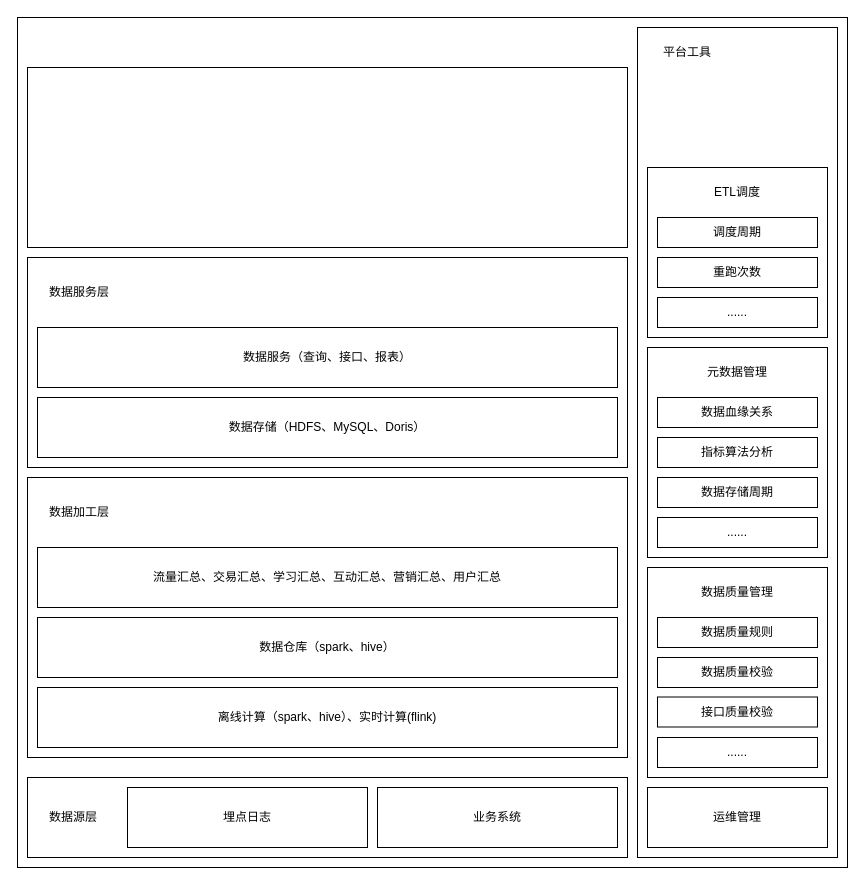
Before: 数仓功能架构.drawio in Jacoulin/draw, a draw.io diagram. Source tidied: cells renumbered, new cells numbered last; positions are measured from the earlier drawing's top-left corner, leaving out a move shared by most shapes. Both pictures are drawn from the tidied source at 100%, with x=0, y=0 at pixel (17, 17).
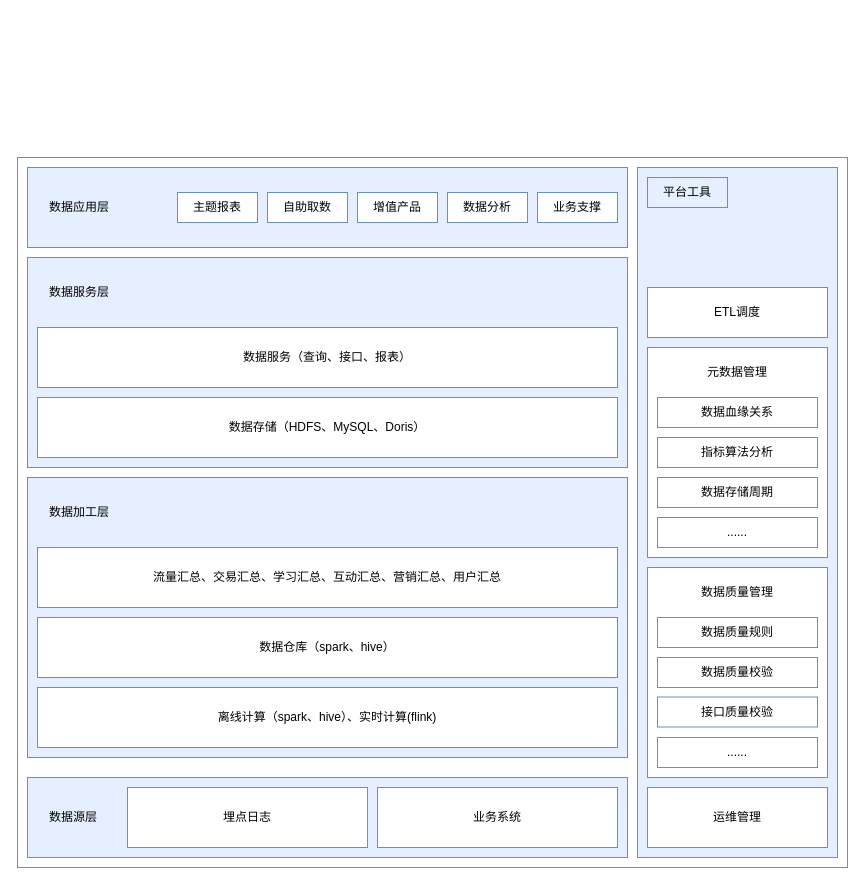
After the change.

Commit message (it also covers changes not shown here):
更新数仓功能架构.drawio

Diff of the diagram source:
```diff
@@
-    <mxCell id="2" style="rounded=0;whiteSpace=wrap;html=1;" parent="1" vertex="1">
-      <mxGeometry width="830" height="850" as="geometry" />
+    <mxCell id="2" style="rounded=0;whiteSpace=wrap;html=1;strokeColor=#6C8EBF;" parent="1" vertex="1">
+      <mxGeometry y="140" width="830" height="710" as="geometry" />
     </mxCell>
-    <mxCell id="3" style="rounded=0;whiteSpace=wrap;html=1;" parent="1" vertex="1">
+    <mxCell id="3" style="rounded=0;whiteSpace=wrap;html=1;fillColor=#E6EFFF;strokeColor=#6C8EBF;" parent="1" vertex="1">
       <mxGeometry x="10" y="460" width="600" height="280" as="geometry" />
     </mxCell>
@@
-    <mxCell id="5" value="离线计算（spark、hive）、实时计算(flink)" style="rounded=0;whiteSpace=wrap;html=1;" parent="1" vertex="1">
+    <mxCell id="5" value="离线计算（spark、hive）、实时计算(flink)" style="rounded=0;whiteSpace=wrap;html=1;strokeColor=#6C8EBF;" parent="1" vertex="1">
       <mxGeometry x="20" y="670" width="580" height="60" as="geometry" />
     </mxCell>
-    <mxCell id="6" value="数据仓库（spark、hive）" style="rounded=0;whiteSpace=wrap;html=1;" parent="1" vertex="1">
+    <mxCell id="6" value="数据仓库（spark、hive）" style="rounded=0;whiteSpace=wrap;html=1;strokeColor=#6C8EBF;" parent="1" vertex="1">
       <mxGeometry x="20" y="600" width="580" height="60" as="geometry" />
     </mxCell>
-    <mxCell id="7" value="流量汇总、交易汇总、学习汇总、互动汇总、营销汇总、用户汇总" style="rounded=0;whiteSpace=wrap;html=1;" parent="1" vertex="1">
+    <mxCell id="7" value="流量汇总、交易汇总、学习汇总、互动汇总、营销汇总、用户汇总" style="rounded=0;whiteSpace=wrap;html=1;strokeColor=#6C8EBF;" parent="1" vertex="1">
       <mxGeometry x="20" y="530" width="580" height="60" as="geometry" />
     </mxCell>
-    <mxCell id="8" style="rounded=0;whiteSpace=wrap;html=1;" parent="1" vertex="1">
+    <mxCell id="8" style="rounded=0;whiteSpace=wrap;html=1;fillColor=#E6EFFF;strokeColor=#6C8EBF;" parent="1" vertex="1">
       <mxGeometry x="10" y="760" width="600" height="80" as="geometry" />
     </mxCell>
-    <mxCell id="9" value="埋点日志" style="rounded=0;whiteSpace=wrap;html=1;" parent="1" vertex="1">
+    <mxCell id="9" value="埋点日志" style="rounded=0;whiteSpace=wrap;html=1;strokeColor=#6C8EBF;" parent="1" vertex="1">
       <mxGeometry x="110" y="770" width="240" height="60" as="geometry" />
     </mxCell>
-    <mxCell id="10" value="业务系统" style="rounded=0;whiteSpace=wrap;html=1;" parent="1" vertex="1">
+    <mxCell id="10" value="业务系统" style="rounded=0;whiteSpace=wrap;html=1;strokeColor=#6C8EBF;" parent="1" vertex="1">
       <mxGeometry x="360" y="770" width="240" height="60" as="geometry" />
     </mxCell>
-    <mxCell id="11" style="rounded=0;whiteSpace=wrap;html=1;" parent="1" vertex="1">
+    <mxCell id="11" style="rounded=0;whiteSpace=wrap;html=1;fillColor=#E6EFFF;strokeColor=#6C8EBF;" parent="1" vertex="1">
       <mxGeometry x="10" y="240" width="600" height="210" as="geometry" />
     </mxCell>
@@
-    <mxCell id="13" value="数据存储（HDFS、MySQL、Doris）" style="rounded=0;whiteSpace=wrap;html=1;" parent="1" vertex="1">
+    <mxCell id="13" value="数据存储（HDFS、MySQL、Doris）" style="rounded=0;whiteSpace=wrap;html=1;strokeColor=#6C8EBF;" parent="1" vertex="1">
       <mxGeometry x="20" y="380" width="580" height="60" as="geometry" />
     </mxCell>
-    <mxCell id="14" style="rounded=0;whiteSpace=wrap;html=1;" parent="1" vertex="1">
-      <mxGeometry x="620" y="10" width="200" height="830" as="geometry" />
+    <mxCell id="14" style="rounded=0;whiteSpace=wrap;html=1;fillColor=#E6EFFF;strokeColor=#6C8EBF;" parent="1" vertex="1">
+      <mxGeometry x="620" y="150" width="200" height="690" as="geometry" />
     </mxCell>
-    <mxCell id="15" value="平台工具" style="text;html=1;strokeColor=none;fillColor=none;align=center;verticalAlign=middle;whiteSpace=wrap;rounded=0;" parent="1" vertex="1">
-      <mxGeometry x="630" y="20" width="80" height="30" as="geometry" />
+    <mxCell id="15" value="平台工具" style="text;html=1;strokeColor=#6C8EBF;fillColor=none;align=center;verticalAlign=middle;whiteSpace=wrap;rounded=0;" parent="1" vertex="1">
+      <mxGeometry x="630" y="160" width="80" height="30" as="geometry" />
     </mxCell>
-    <mxCell id="16" style="rounded=0;whiteSpace=wrap;html=1;" parent="1" vertex="1">
-      <mxGeometry x="630" y="150" width="180" height="170" as="geometry" />
+    <mxCell id="16" style="rounded=0;whiteSpace=wrap;html=1;strokeColor=#6C8EBF;" parent="1" vertex="1">
+      <mxGeometry x="630" y="270" width="180" height="50" as="geometry" />
     </mxCell>
-    <mxCell id="17" style="rounded=0;whiteSpace=wrap;html=1;" parent="1" vertex="1">
+    <mxCell id="17" style="rounded=0;whiteSpace=wrap;html=1;strokeColor=#6C8EBF;" parent="1" vertex="1">
       <mxGeometry x="630" y="550" width="180" height="210" as="geometry" />
     </mxCell>
-    <mxCell id="18" value="运维管理" style="rounded=0;whiteSpace=wrap;html=1;" parent="1" vertex="1">
+    <mxCell id="18" value="运维管理" style="rounded=0;whiteSpace=wrap;html=1;strokeColor=#6C8EBF;" parent="1" vertex="1">
       <mxGeometry x="630" y="770" width="180" height="60" as="geometry" />
     </mxCell>
-    <mxCell id="19" value="数据质量规则" style="rounded=0;whiteSpace=wrap;html=1;" parent="1" vertex="1">
+    <mxCell id="19" value="数据质量规则" style="rounded=0;whiteSpace=wrap;html=1;strokeColor=#6C8EBF;" parent="1" vertex="1">
       <mxGeometry x="640" y="600" width="160" height="30" as="geometry" />
     </mxCell>
-    <mxCell id="20" value="接口质量校验" style="rounded=0;whiteSpace=wrap;html=1;" parent="1" vertex="1">
+    <mxCell id="20" value="接口质量校验" style="rounded=0;whiteSpace=wrap;html=1;strokeColor=#6C8EBF;" parent="1" vertex="1">
       <mxGeometry x="640" y="679.5" width="160" height="30" as="geometry" />
     </mxCell>
-    <mxCell id="21" value="数据质量校验" style="rounded=0;whiteSpace=wrap;html=1;" parent="1" vertex="1">
+    <mxCell id="21" value="数据质量校验" style="rounded=0;whiteSpace=wrap;html=1;strokeColor=#6C8EBF;" parent="1" vertex="1">
       <mxGeometry x="640" y="640" width="160" height="30" as="geometry" />
     </mxCell>
-    <mxCell id="22" value="......" style="rounded=0;whiteSpace=wrap;html=1;" parent="1" vertex="1">
+    <mxCell id="22" value="......" style="rounded=0;whiteSpace=wrap;html=1;strokeColor=#6C8EBF;" parent="1" vertex="1">
       <mxGeometry x="640" y="720" width="160" height="30" as="geometry" />
     </mxCell>
-    <mxCell id="23" value="数据质量管理" style="text;html=1;strokeColor=none;fillColor=none;align=center;verticalAlign=middle;whiteSpace=wrap;rounded=0;" parent="1" vertex="1">
+    <mxCell id="23" value="数据质量管理" style="text;html=1;strokeColor=#FFFFFF;fillColor=none;align=center;verticalAlign=middle;whiteSpace=wrap;rounded=0;" parent="1" vertex="1">
       <mxGeometry x="640" y="560" width="160" height="30" as="geometry" />
     </mxCell>
-    <mxCell id="24" style="rounded=0;whiteSpace=wrap;html=1;" parent="1" vertex="1">
+    <mxCell id="24" style="rounded=0;whiteSpace=wrap;html=1;strokeColor=#6C8EBF;" parent="1" vertex="1">
       <mxGeometry x="630" y="330" width="180" height="210" as="geometry" />
     </mxCell>
-    <mxCell id="25" value="......" style="rounded=0;whiteSpace=wrap;html=1;" parent="1" vertex="1">
+    <mxCell id="25" value="......" style="rounded=0;whiteSpace=wrap;html=1;strokeColor=#6C8EBF;" parent="1" vertex="1">
       <mxGeometry x="640" y="500" width="160" height="30" as="geometry" />
     </mxCell>
-    <mxCell id="26" value="数据存储周期" style="rounded=0;whiteSpace=wrap;html=1;" parent="1" vertex="1">
+    <mxCell id="26" value="数据存储周期" style="rounded=0;whiteSpace=wrap;html=1;strokeColor=#6C8EBF;" parent="1" vertex="1">
       <mxGeometry x="640" y="460" width="160" height="30" as="geometry" />
     </mxCell>
-    <mxCell id="27" value="指标算法分析" style="rounded=0;whiteSpace=wrap;html=1;" parent="1" vertex="1">
+    <mxCell id="27" value="指标算法分析" style="rounded=0;whiteSpace=wrap;html=1;strokeColor=#6C8EBF;" parent="1" vertex="1">
       <mxGeometry x="640" y="420" width="160" height="30" as="geometry" />
     </mxCell>
-    <mxCell id="28" value="数据血缘关系" style="rounded=0;whiteSpace=wrap;html=1;" parent="1" vertex="1">
+    <mxCell id="28" value="数据血缘关系" style="rounded=0;whiteSpace=wrap;html=1;strokeColor=#6C8EBF;" parent="1" vertex="1">
       <mxGeometry x="640" y="380" width="160" height="30" as="geometry" />
     </mxCell>
-    <mxCell id="29" value="元数据管理" style="text;html=1;strokeColor=none;fillColor=none;align=center;verticalAlign=middle;whiteSpace=wrap;rounded=0;" parent="1" vertex="1">
+    <mxCell id="29" value="元数据管理" style="text;html=1;strokeColor=#FFFFFF;fillColor=none;align=center;verticalAlign=middle;whiteSpace=wrap;rounded=0;" parent="1" vertex="1">
       <mxGeometry x="640" y="340" width="160" height="30" as="geometry" />
     </mxCell>
-    <mxCell id="30" value="......" style="rounded=0;whiteSpace=wrap;html=1;" parent="1" vertex="1">
-      <mxGeometry x="640" y="280" width="160" height="30" as="geometry" />
-    </mxCell>
-    <mxCell id="31" value="重跑次数" style="rounded=0;whiteSpace=wrap;html=1;" parent="1" vertex="1">
-      <mxGeometry x="640" y="240" width="160" height="30" as="geometry" />
-    </mxCell>
-    <mxCell id="32" value="调度周期" style="rounded=0;whiteSpace=wrap;html=1;" parent="1" vertex="1">
-      <mxGeometry x="640" y="200" width="160" height="30" as="geometry" />
-    </mxCell>
-    <mxCell id="33" value="ETL调度" style="text;html=1;strokeColor=none;fillColor=none;align=center;verticalAlign=middle;whiteSpace=wrap;rounded=0;" parent="1" vertex="1">
-      <mxGeometry x="640" y="160" width="160" height="30" as="geometry" />
+    <mxCell id="33" value="ETL调度" style="text;html=1;strokeColor=#FFFFFF;fillColor=none;align=center;verticalAlign=middle;whiteSpace=wrap;rounded=0;" parent="1" vertex="1">
+      <mxGeometry x="640" y="280" width="160" height="30" as="geometry" />
     </mxCell>
-    <mxCell id="34" style="rounded=0;whiteSpace=wrap;html=1;" parent="1" vertex="1">
-      <mxGeometry x="10" y="50" width="600" height="180" as="geometry" />
-    </mxCell>
-    <mxCell id="35" value="数据服务（查询、接口、报表）" style="rounded=0;whiteSpace=wrap;html=1;" parent="1" vertex="1">
+    <mxCell id="35" value="数据服务（查询、接口、报表）" style="rounded=0;whiteSpace=wrap;html=1;strokeColor=#6C8EBF;" parent="1" vertex="1">
       <mxGeometry x="20" y="310" width="580" height="60" as="geometry" />
     </mxCell>
     <mxCell id="36" value="数据源层" style="text;html=1;strokeColor=none;fillColor=none;align=left;verticalAlign=middle;whiteSpace=wrap;rounded=0;" parent="1" vertex="1">
-      <mxGeometry x="30" y="785" width="80" height="30" as="geometry" />
+      <mxGeometry x="30" y="785" width="60" height="30" as="geometry" />
     </mxCell>
+    <mxCell id="37" style="rounded=0;whiteSpace=wrap;html=1;fillColor=#E6EFFF;strokeColor=#6C8EBF;" parent="1" vertex="1">
+      <mxGeometry x="10" y="150" width="600" height="80" as="geometry" />
+    </mxCell>
+    <mxCell id="38" value="数据应用层" style="text;html=1;strokeColor=none;fillColor=none;align=left;verticalAlign=middle;whiteSpace=wrap;rounded=0;" parent="1" vertex="1">
+      <mxGeometry x="30" y="175" width="80" height="30" as="geometry" />
+    </mxCell>
+    <mxCell id="39" value="主题报表" style="rounded=0;whiteSpace=wrap;html=1;strokeColor=#6C8EBF;" parent="1" vertex="1">
+      <mxGeometry x="160" y="175" width="80" height="30" as="geometry" />
+    </mxCell>
+    <mxCell id="40" value="自助取数" style="rounded=0;whiteSpace=wrap;html=1;strokeColor=#6C8EBF;" parent="1" vertex="1">
+      <mxGeometry x="250" y="175" width="80" height="30" as="geometry" />
+    </mxCell>
+    <mxCell id="41" value="增值产品" style="rounded=0;whiteSpace=wrap;html=1;strokeColor=#6C8EBF;" parent="1" vertex="1">
+      <mxGeometry x="340" y="175" width="80" height="30" as="geometry" />
+    </mxCell>
+    <mxCell id="42" value="数据分析" style="rounded=0;whiteSpace=wrap;html=1;strokeColor=#6C8EBF;" parent="1" vertex="1">
+      <mxGeometry x="430" y="175" width="80" height="30" as="geometry" />
+    </mxCell>
+    <mxCell id="43" value="业务支撑" style="rounded=0;whiteSpace=wrap;html=1;strokeColor=#6C8EBF;" parent="1" vertex="1">
+      <mxGeometry x="520" y="175" width="80" height="30" as="geometry" />
+    </mxCell>
```
